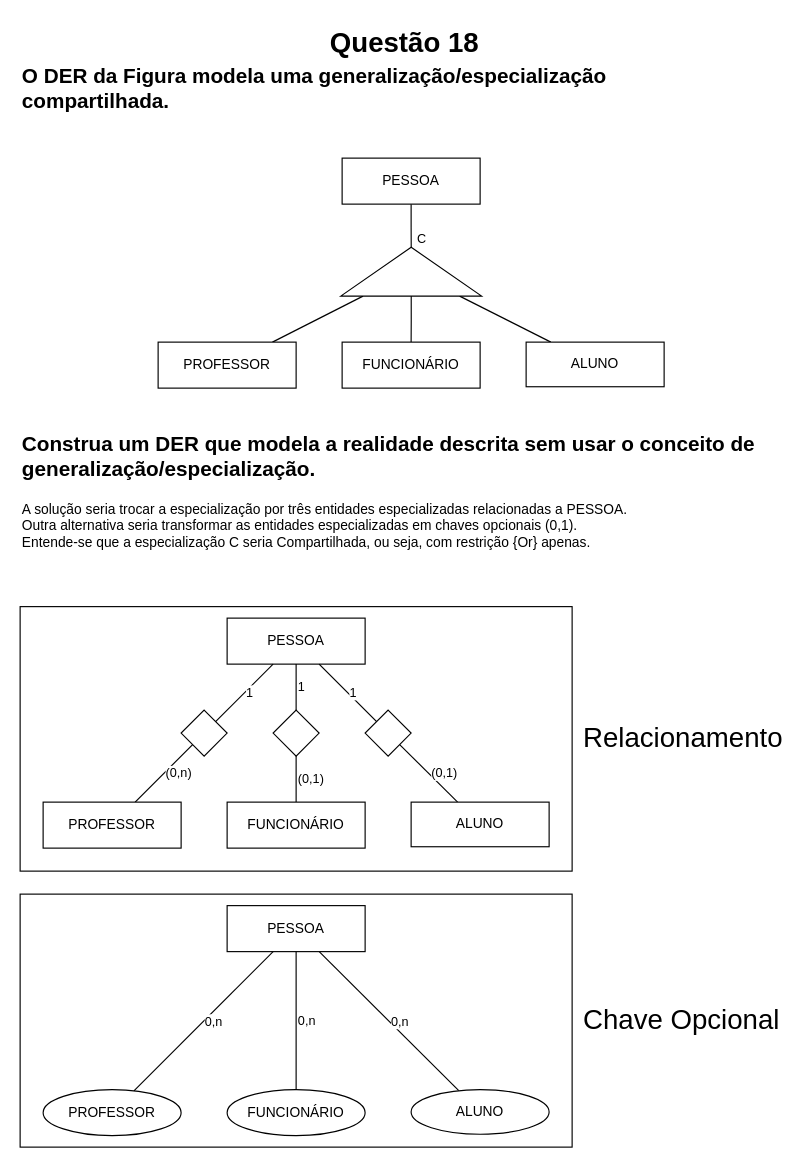
This is semana_2/lista_exerc/18_sem_especializ.drawio from yxuo/BD_1, a draw.io file, before an edit. Source tidied: cells renumbered, new cells numbered last; positions are measured from the earlier drawing's top-left corner, leaving out a move shared by most shapes. Both pictures are drawn from the tidied source at 115%, with x=0, y=0 at pixel (20, 20).
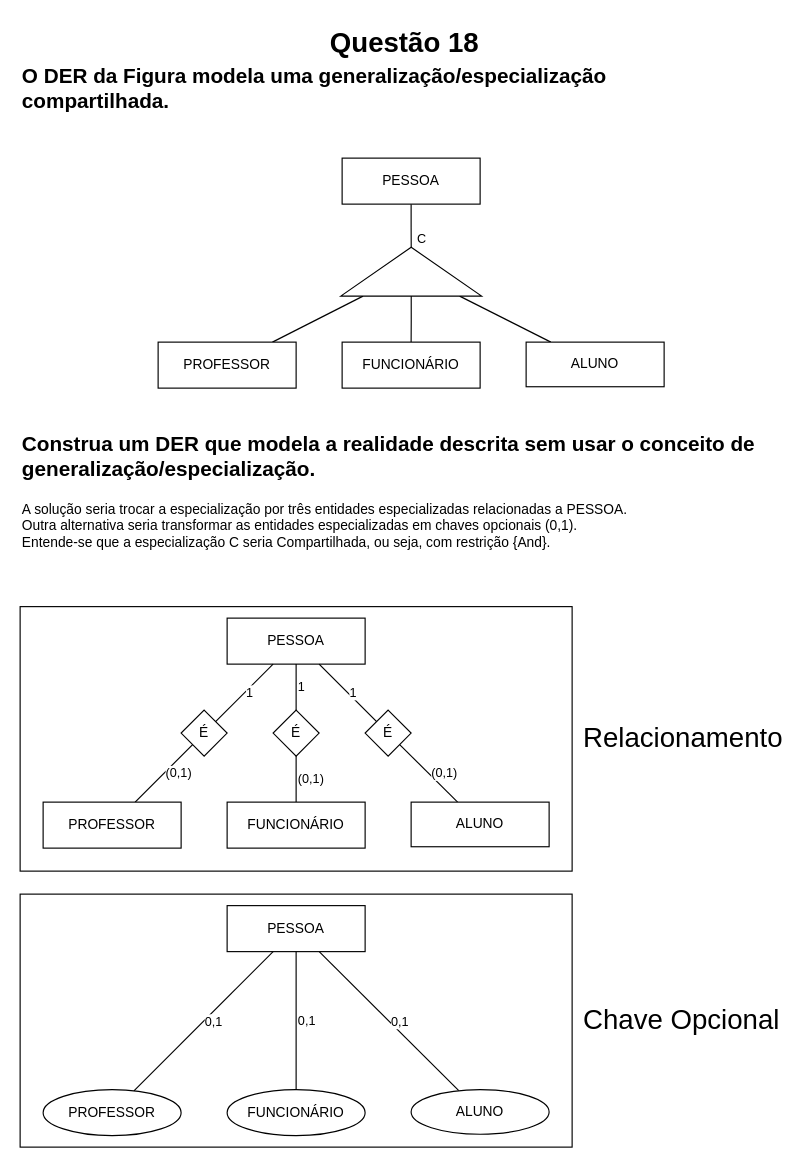
The same page after the edit.

Unchanged cells that the change refers to:
```xml
<mxCell id="21" value="PROFESSOR" style="whiteSpace=wrap;html=1;" parent="1" vertex="1">
  <mxGeometry x="20" y="680" width="120" height="40" as="geometry" />
</mxCell>
<mxCell id="30" value="PESSOA" style="whiteSpace=wrap;html=1;" parent="1" vertex="1">
  <mxGeometry x="180" y="770" width="120" height="40" as="geometry" />
</mxCell>
<mxCell id="34" value="FUNCIONÁRIO" style="ellipse;whiteSpace=wrap;html=1;fontFamily=Helvetica;fontSize=12;fontColor=#000000;align=center;strokeColor=#000000;fillColor=#ffffff;" parent="1" vertex="1">
  <mxGeometry x="180" y="930" width="120" height="40" as="geometry" />
</mxCell>
<mxCell id="35" value="PROFESSOR" style="ellipse;whiteSpace=wrap;html=1;fontFamily=Helvetica;fontSize=12;fontColor=#000000;align=center;strokeColor=#000000;fillColor=#ffffff;" parent="1" vertex="1">
  <mxGeometry x="20" y="930" width="120" height="40" as="geometry" />
</mxCell>
<mxCell id="36" value="ALUNO" style="ellipse;whiteSpace=wrap;html=1;fontFamily=Helvetica;fontSize=12;fontColor=#000000;align=center;strokeColor=#000000;fillColor=#ffffff;" parent="1" vertex="1">
  <mxGeometry x="340" y="930" width="120" height="38.8" as="geometry" />
</mxCell>
```

What changed in the source:
```diff
@@
-    <mxCell id="18" value="&lt;span style=&quot;font-family: &amp;#34;helvetica&amp;#34; ; text-align: center&quot;&gt;(0,n)&lt;/span&gt;" style="rounded=0;jettySize=auto;html=1;endArrow=none;endFill=0;labelPosition=right;verticalLabelPosition=middle;align=left;verticalAlign=middle;" parent="1" edge="1" source="23" target="21">
+    <mxCell id="18" value="&lt;span style=&quot;font-family: &amp;#34;helvetica&amp;#34; ; text-align: center&quot;&gt;(0,1)&lt;/span&gt;" style="rounded=0;jettySize=auto;html=1;endArrow=none;endFill=0;labelPosition=right;verticalLabelPosition=middle;align=left;verticalAlign=middle;" parent="1" edge="1" source="23" target="21">
       <mxGeometry relative="1" as="geometry" />
     </mxCell>
@@
-    <mxCell id="23" style="rhombus;whiteSpace=wrap;html=1;sketch=0;" parent="1" vertex="1">
+    <mxCell id="23" value="É" style="rhombus;whiteSpace=wrap;html=1;sketch=0;" parent="1" vertex="1">
       <mxGeometry x="140" y="600" width="40" height="40" as="geometry" />
     </mxCell>
@@
-    <mxCell id="25" style="rhombus;whiteSpace=wrap;html=1;sketch=0;" parent="1" vertex="1">
+    <mxCell id="25" value="É" style="rhombus;whiteSpace=wrap;html=1;sketch=0;" parent="1" vertex="1">
       <mxGeometry x="220" y="600" width="40" height="40" as="geometry" />
     </mxCell>
@@
-    <mxCell id="27" style="rhombus;whiteSpace=wrap;html=1;sketch=0;" parent="1" vertex="1">
+    <mxCell id="27" value="É" style="rhombus;whiteSpace=wrap;html=1;sketch=0;" parent="1" vertex="1">
       <mxGeometry x="300" y="600" width="40" height="40" as="geometry" />
     </mxCell>
@@
-    <mxCell id="29" value="A solução seria trocar a especialização por três entidades especializadas relacionadas a PESSOA.&lt;br&gt;Outra alternativa seria transformar as entidades especializadas em chaves opcionais (0,1).&lt;br&gt;Entende-se que a especialização C seria Compartilhada, ou seja, com restrição {Or} apenas." style="text;html=1;align=left;verticalAlign=middle;whiteSpace=wrap;rounded=0;sketch=0;" parent="1" vertex="1">
+    <mxCell id="29" value="A solução seria trocar a especialização por três entidades especializadas relacionadas a PESSOA.&lt;br&gt;Outra alternativa seria transformar as entidades especializadas em chaves opcionais (0,1).&lt;br&gt;Entende-se que a especialização C seria Compartilhada, ou seja, com restrição {And}." style="text;html=1;align=left;verticalAlign=middle;whiteSpace=wrap;rounded=0;sketch=0;" parent="1" vertex="1">
       <mxGeometry y="400" width="640" height="80" as="geometry" />
     </mxCell>
@@
-    <mxCell id="31" value="&lt;div style=&quot;text-align: center&quot;&gt;&lt;font face=&quot;helvetica&quot;&gt;0,n&lt;/font&gt;&lt;/div&gt;" style="rounded=0;jettySize=auto;html=1;endArrow=none;endFill=0;labelPosition=right;verticalLabelPosition=middle;align=left;verticalAlign=middle;" parent="1" edge="1" source="30" target="34">
+    <mxCell id="31" value="&lt;div style=&quot;text-align: center&quot;&gt;&lt;font face=&quot;helvetica&quot;&gt;0,1&lt;/font&gt;&lt;/div&gt;" style="rounded=0;jettySize=auto;html=1;endArrow=none;endFill=0;labelPosition=right;verticalLabelPosition=middle;align=left;verticalAlign=middle;" parent="1" edge="1" source="30" target="34">
       <mxGeometry relative="1" as="geometry" />
     </mxCell>
-    <mxCell id="32" value="&lt;span style=&quot;font-family: &amp;#34;helvetica&amp;#34; ; text-align: center&quot;&gt;0,n&lt;/span&gt;" style="rounded=0;jettySize=auto;html=1;endArrow=none;endFill=0;labelPosition=right;verticalLabelPosition=middle;align=left;verticalAlign=middle;" parent="1" edge="1" source="30" target="35">
+    <mxCell id="32" value="&lt;span style=&quot;font-family: &amp;#34;helvetica&amp;#34; ; text-align: center&quot;&gt;0,1&lt;/span&gt;" style="rounded=0;jettySize=auto;html=1;endArrow=none;endFill=0;labelPosition=right;verticalLabelPosition=middle;align=left;verticalAlign=middle;" parent="1" edge="1" source="30" target="35">
       <mxGeometry relative="1" as="geometry" />
     </mxCell>
-    <mxCell id="33" value="&lt;span style=&quot;font-family: &amp;#34;helvetica&amp;#34; ; text-align: center&quot;&gt;0,n&lt;/span&gt;" style="rounded=0;jettySize=auto;html=1;endArrow=none;endFill=0;labelPosition=right;verticalLabelPosition=middle;align=left;verticalAlign=middle;" parent="1" edge="1" source="30" target="36">
+    <mxCell id="33" value="&lt;span style=&quot;font-family: &amp;#34;helvetica&amp;#34; ; text-align: center&quot;&gt;0,1&lt;/span&gt;" style="rounded=0;jettySize=auto;html=1;endArrow=none;endFill=0;labelPosition=right;verticalLabelPosition=middle;align=left;verticalAlign=middle;" parent="1" edge="1" source="30" target="36">
       <mxGeometry relative="1" as="geometry" />
     </mxCell>
```
